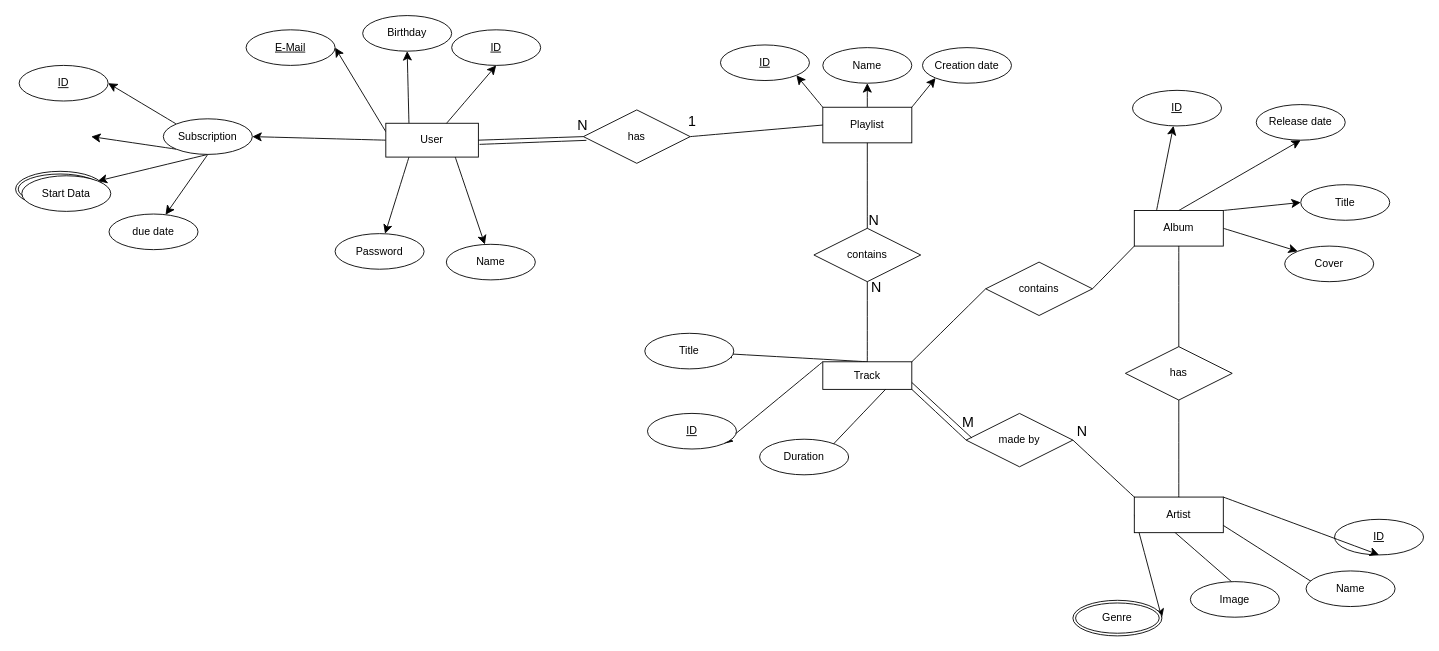
Before: Untitled Diagram.drawio in VinX-To-play/1DV503-Databases, a draw.io diagram. Source tidied: cells renumbered, new cells numbered last; positions are measured from the earlier drawing's top-left corner, leaving out a move shared by most shapes. Both pictures are drawn from the tidied source at 89%, with x=0, y=0 at pixel (15, 15).
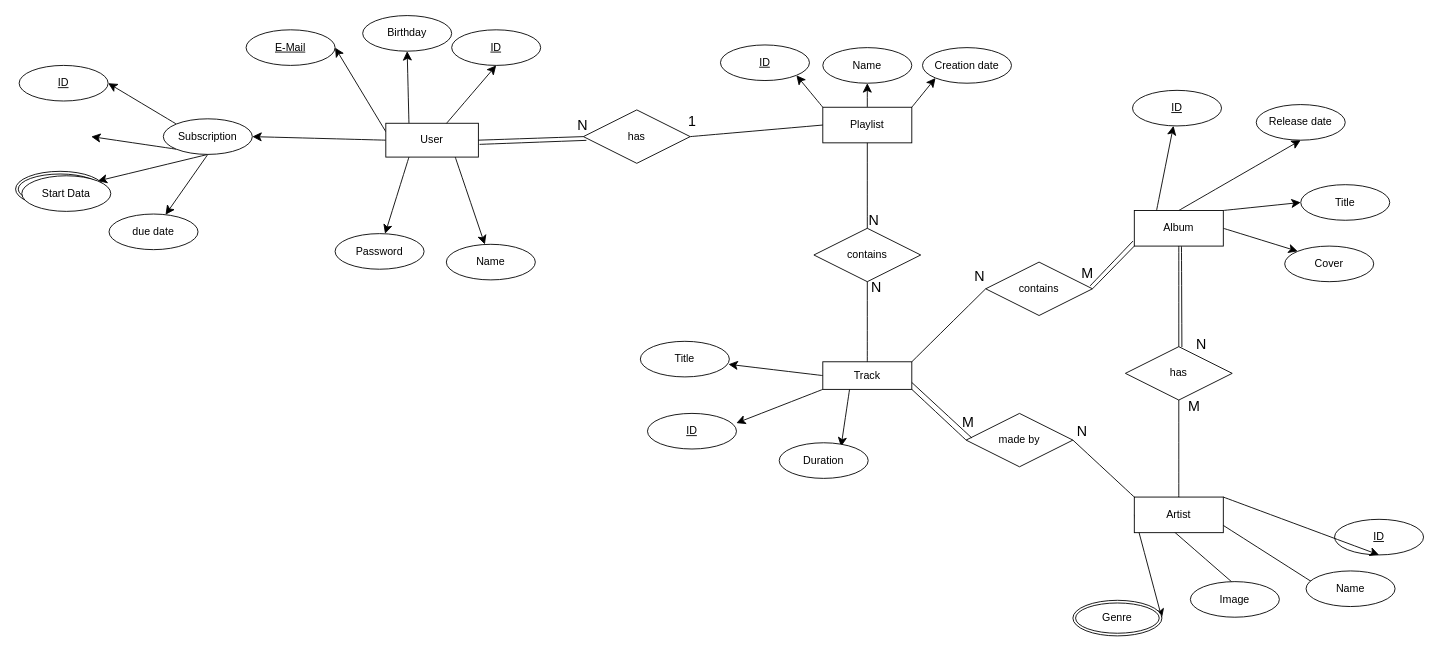
After the change.

Unchanged cells that the change refers to:
```xml
<mxCell id="36" value="Album" style="whiteSpace=wrap;html=1;align=center;" parent="1" vertex="1">
  <mxGeometry x="1257" y="219" width="100" height="40" as="geometry" />
</mxCell>
<mxCell id="44" value="&lt;div&gt;Track&lt;/div&gt;" style="whiteSpace=wrap;html=1;align=center;" parent="1" vertex="1">
  <mxGeometry x="907" y="389" width="100" height="31" as="geometry" />
</mxCell>
<mxCell id="45" value="&lt;u&gt;ID&lt;/u&gt;" style="ellipse;whiteSpace=wrap;html=1;align=center;" parent="1" vertex="1">
  <mxGeometry x="710" y="447" width="100" height="40" as="geometry" />
</mxCell>
<mxCell id="61" value="has" style="shape=rhombus;perimeter=rhombusPerimeter;whiteSpace=wrap;html=1;align=center;" parent="1" vertex="1">
  <mxGeometry x="1247" y="372" width="120" height="60" as="geometry" />
</mxCell>
<mxCell id="67" value="contains" style="shape=rhombus;perimeter=rhombusPerimeter;whiteSpace=wrap;html=1;align=center;" parent="1" vertex="1">
  <mxGeometry x="1090" y="277" width="120" height="60" as="geometry" />
</mxCell>
```

What changed in the source:
```diff
@@
-    <mxCell id="41" style="edgeStyle=none;curved=1;rounded=0;jettySize=auto;html=1;exitX=0;exitY=0;exitDx=0;exitDy=0;entryX=1;entryY=1;entryDx=0;entryDy=0;fontSize=12;startSize=8;endSize=8;" parent="1" edge="1" source="44" target="45">
+    <mxCell id="41" style="edgeStyle=none;curved=1;rounded=0;jettySize=auto;html=1;entryX=0.998;entryY=0.272;entryDx=0;entryDy=0;fontSize=12;startSize=8;endSize=8;entryPerimeter=0;exitX=0;exitY=1;exitDx=0;exitDy=0;" parent="1" edge="1" source="44" target="45">
       <mxGeometry relative="1" as="geometry" />
     </mxCell>
-    <mxCell id="42" style="edgeStyle=none;curved=1;rounded=0;jettySize=auto;html=1;exitX=0.5;exitY=0;exitDx=0;exitDy=0;fontSize=12;startSize=8;endSize=8;" parent="1" edge="1" source="44">
-      <mxGeometry relative="1" as="geometry">
-        <mxPoint x="794.6" y="379.7" as="targetPoint" />
-      </mxGeometry>
+    <mxCell id="42" style="edgeStyle=none;curved=1;rounded=0;jettySize=auto;html=1;exitX=0;exitY=0.5;exitDx=0;exitDy=0;fontSize=12;startSize=8;endSize=8;entryX=0.99;entryY=0.646;entryDx=0;entryDy=0;entryPerimeter=0;" parent="1" edge="1" source="44" target="47">
+      <mxGeometry relative="1" as="geometry" />
     </mxCell>
-    <mxCell id="43" style="edgeStyle=none;curved=1;rounded=0;jettySize=auto;html=1;exitX=1;exitY=0;exitDx=0;exitDy=0;entryX=0.5;entryY=1;entryDx=0;entryDy=0;fontSize=12;startSize=8;endSize=8;" parent="1" edge="1" source="44" target="46">
+    <mxCell id="43" style="edgeStyle=none;curved=1;rounded=0;jettySize=auto;html=1;exitX=0.301;exitY=0.99;exitDx=0;exitDy=0;entryX=0.695;entryY=0.108;entryDx=0;entryDy=0;fontSize=12;startSize=8;endSize=8;exitPerimeter=0;entryPerimeter=0;" parent="1" edge="1" source="44" target="46">
       <mxGeometry relative="1" as="geometry" />
     </mxCell>
@@
     <mxCell id="46" value="Duration" style="ellipse;whiteSpace=wrap;html=1;align=center;" parent="1" vertex="1">
-      <mxGeometry x="836" y="476" width="100" height="40" as="geometry" />
+      <mxGeometry x="858" y="480" width="100" height="40" as="geometry" />
     </mxCell>
     <mxCell id="47" value="Title" style="ellipse;whiteSpace=wrap;html=1;align=center;" parent="1" vertex="1">
-      <mxGeometry x="707" y="357" width="100" height="40" as="geometry" />
+      <mxGeometry x="702" y="366" width="100" height="40" as="geometry" />
     </mxCell>
@@
+    <mxCell id="78" style="endArrow=none;html=1;rounded=0;fontSize=12;startSize=8;endSize=8;curved=1;exitX=0.977;exitY=0.447;exitDx=0;exitDy=0;exitPerimeter=0;entryX=-0.015;entryY=0.859;entryDx=0;entryDy=0;entryPerimeter=0;" parent="1" edge="1" source="67" target="36">
+      <mxGeometry relative="1" as="geometry" />
+    </mxCell>
+    <mxCell id="79" value="N" style="text;html=1;align=center;verticalAlign=middle;strokeColor=none;fillColor=none;fontSize=16;" parent="1" vertex="1">
+      <mxGeometry x="1068" y="277" width="30" height="31" as="geometry" />
+    </mxCell>
+    <mxCell id="80" value="M" style="text;html=1;align=center;verticalAlign=middle;strokeColor=none;fillColor=none;fontSize=16;" parent="1" vertex="1">
+      <mxGeometry x="1188" y="273" width="31" height="31" as="geometry" />
+    </mxCell>
+    <mxCell id="81" value="N" style="text;html=1;align=center;verticalAlign=middle;strokeColor=none;fillColor=none;fontSize=16;" parent="1" vertex="1">
+      <mxGeometry x="1317" y="353" width="30" height="31" as="geometry" />
+    </mxCell>
+    <mxCell id="82" style="endArrow=none;html=1;rounded=0;fontSize=12;startSize=8;endSize=8;curved=1;entryX=0.529;entryY=0.008;entryDx=0;entryDy=0;entryPerimeter=0;exitX=0.53;exitY=1.007;exitDx=0;exitDy=0;exitPerimeter=0;" parent="1" edge="1" source="36" target="61">
+      <mxGeometry relative="1" as="geometry" />
+    </mxCell>
+    <mxCell id="83" value="M" style="text;html=1;align=center;verticalAlign=middle;strokeColor=none;fillColor=none;fontSize=16;" parent="1" vertex="1">
+      <mxGeometry x="1308" y="423" width="31" height="31" as="geometry" />
+    </mxCell>
```
